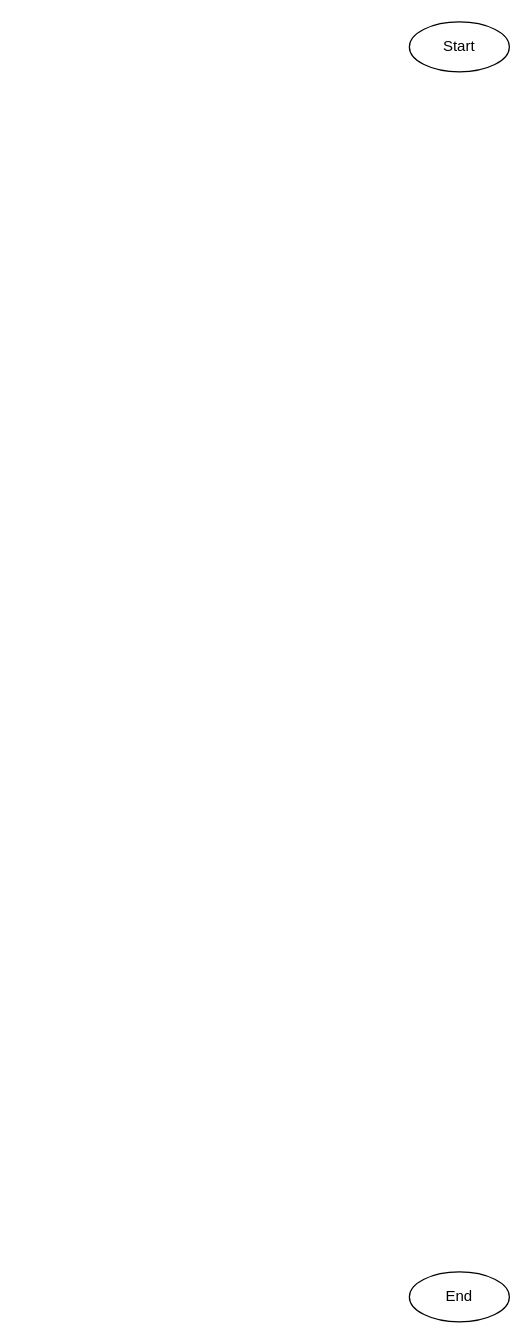
Earlier version of the draw.io diagram Untitled Diagram.drawio (louis-not/ProyekDaskom). Source tidied: cells renumbered, new cells numbered last; positions are measured from the earlier drawing's top-left corner, leaving out a move shared by most shapes. Both pictures are drawn from the tidied source at 125%, with x=0, y=0 at pixel (409, 21).
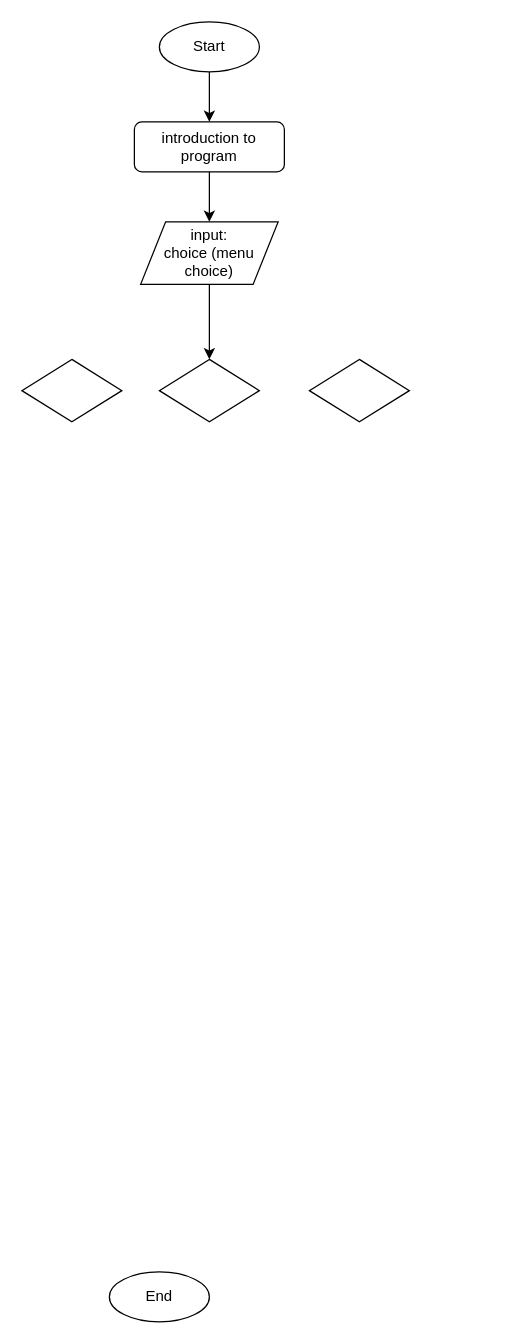
The same diagram, later.

What changed in the source:
```diff
@@
 <mxGraphModel>
   <root>
     <mxCell id="0" />
     <mxCell id="1" parent="0" />
+    <mxCell id="4" style="edgeStyle=orthogonalEdgeStyle;rounded=0;jettySize=auto;html=1;" parent="1" edge="1" source="2" target="6">
+      <mxGeometry relative="1" as="geometry" />
+    </mxCell>
     <mxCell id="2" value="Start" style="ellipse;whiteSpace=wrap;html=1;" parent="1" vertex="1">
-      <mxGeometry width="80" height="40" as="geometry" />
+      <mxGeometry x="-200" width="80" height="40" as="geometry" />
     </mxCell>
     <mxCell id="3" value="End" style="ellipse;whiteSpace=wrap;html=1;" parent="1" vertex="1">
-      <mxGeometry y="1000" width="80" height="40" as="geometry" />
+      <mxGeometry x="-240" y="1000" width="80" height="40" as="geometry" />
     </mxCell>
+    <mxCell id="5" style="edgeStyle=orthogonalEdgeStyle;rounded=0;jettySize=auto;html=1;" parent="1" edge="1" source="6" target="8">
+      <mxGeometry relative="1" as="geometry" />
+    </mxCell>
+    <mxCell id="6" value="introduction to program" style="rounded=1;whiteSpace=wrap;html=1;" parent="1" vertex="1">
+      <mxGeometry x="-220" y="80" width="120" height="40" as="geometry" />
+    </mxCell>
+    <mxCell id="7" style="edgeStyle=orthogonalEdgeStyle;rounded=0;jettySize=auto;html=1;" parent="1" edge="1" source="8" target="10">
+      <mxGeometry relative="1" as="geometry" />
+    </mxCell>
+    <mxCell id="8" value="&lt;div&gt;input:&lt;/div&gt;&lt;div&gt;choice (menu choice)&lt;br&gt;&lt;/div&gt;" style="shape=parallelogram;perimeter=parallelogramPerimeter;whiteSpace=wrap;html=1;fixedSize=1;" parent="1" vertex="1">
+      <mxGeometry x="-215" y="160" width="110" height="50" as="geometry" />
+    </mxCell>
+    <mxCell id="9" style="rhombus;whiteSpace=wrap;html=1;" parent="1" vertex="1">
+      <mxGeometry x="-310" y="270" width="80" height="50" as="geometry" />
+    </mxCell>
+    <mxCell id="10" style="rhombus;whiteSpace=wrap;html=1;" parent="1" vertex="1">
+      <mxGeometry x="-200" y="270" width="80" height="50" as="geometry" />
+    </mxCell>
+    <mxCell id="11" style="rhombus;whiteSpace=wrap;html=1;" parent="1" vertex="1">
+      <mxGeometry x="-80" y="270" width="80" height="50" as="geometry" />
+    </mxCell>
   </root>
 </mxGraphModel>
```
